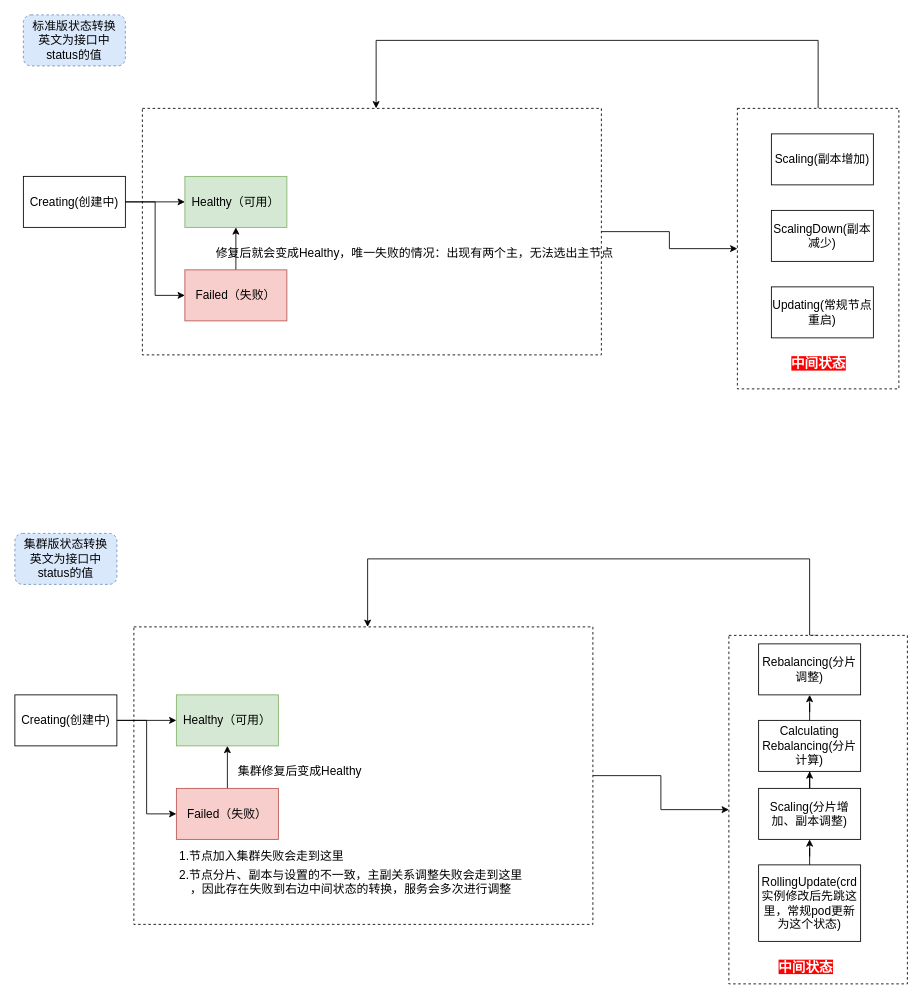
This is redis.drawio from leonatone/codes, a draw.io file, before an edit. Source tidied: cells renumbered, new cells numbered last; positions are measured from the earlier drawing's top-left corner, leaving out a move shared by most shapes. Both pictures are drawn from the tidied source at 85%, with x=0, y=0 at pixel (14, 14).
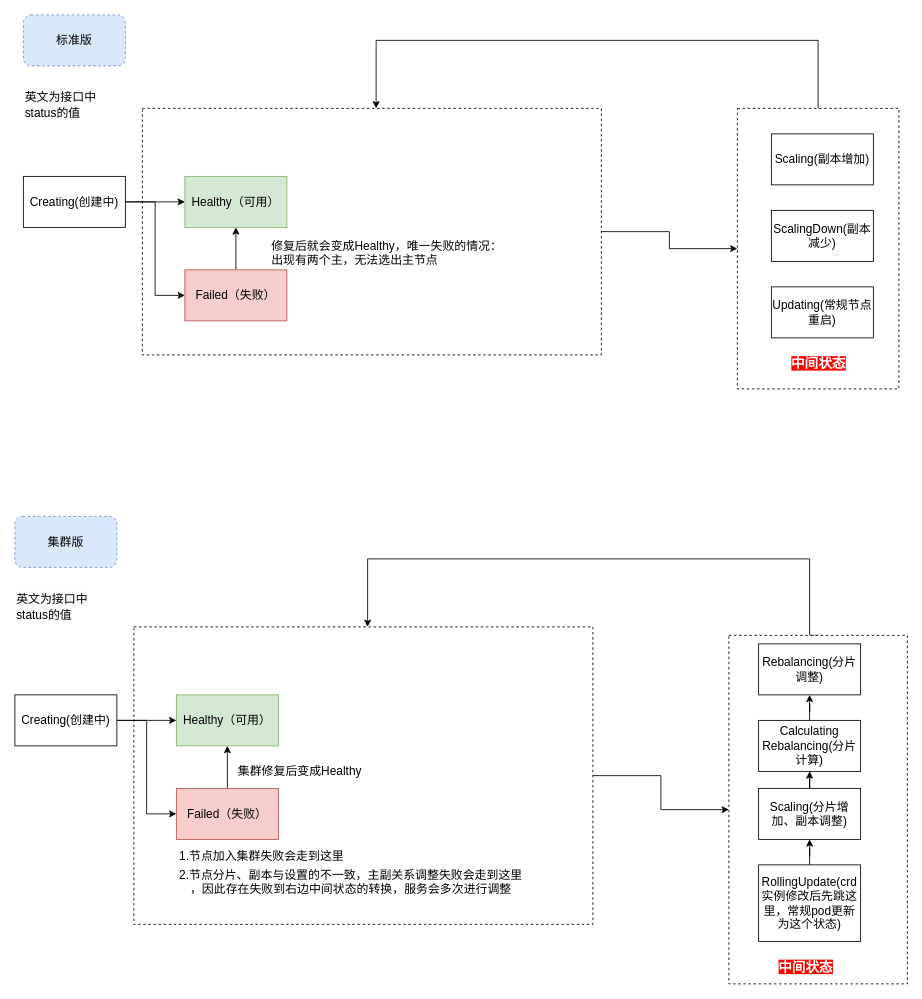
Above is the later version.

Change to the diagram source:
```diff
@@
-    <mxCell id="15" value="修复后就会变成Healthy，唯一失败的情况：出现有两个主，无法选出主节点" style="text;html=1;align=center;verticalAlign=middle;fillColor=none;strokeColor=none;rounded=0;fontSize=14;" parent="1" vertex="1">
-      <mxGeometry x="230" y="270" width="480" height="20" as="geometry" />
+    <mxCell id="15" value="修复后就会变成Healthy，唯一失败的情况：&lt;br&gt;出现有两个主，无法选出主节点" style="text;html=1;align=left;verticalAlign=middle;fillColor=none;strokeColor=none;rounded=0;fontSize=14;" parent="1" vertex="1">
+      <mxGeometry x="300" y="260" width="290" height="40" as="geometry" />
     </mxCell>
-    <mxCell id="16" value="标准版状态转换&lt;br style=&quot;font-size: 14px;&quot;&gt;英文为接口中status的值" style="rounded=1;whiteSpace=wrap;html=1;dashed=1;fillColor=#dae8fc;strokeColor=#6c8ebf;fontSize=14;" parent="1" vertex="1">
+    <mxCell id="16" value="标准版" style="rounded=1;whiteSpace=wrap;html=1;dashed=1;fillColor=#dae8fc;strokeColor=#6c8ebf;fontSize=14;" parent="1" vertex="1">
       <mxGeometry x="10" width="120" height="60" as="geometry" />
     </mxCell>
@@
-    <mxCell id="33" value="集群版状态转换&lt;br style=&quot;font-size: 14px;&quot;&gt;英文为接口中status的值" style="rounded=1;whiteSpace=wrap;html=1;dashed=1;fillColor=#dae8fc;strokeColor=#6c8ebf;fontSize=14;" parent="1" vertex="1">
-      <mxGeometry y="610" width="120" height="60" as="geometry" />
-    </mxCell>
@@
+    <mxCell id="40" value="&lt;span style=&quot;color: rgb(0 , 0 , 0) ; font-family: &amp;#34;helvetica&amp;#34; ; font-size: 14px ; font-style: normal ; font-weight: 400 ; letter-spacing: normal ; text-align: center ; text-indent: 0px ; text-transform: none ; word-spacing: 0px ; background-color: rgb(248 , 249 , 250) ; display: inline ; float: none&quot;&gt;英文为接口中status的值&lt;/span&gt;" style="text;whiteSpace=wrap;html=1;fontSize=16;fontColor=#FFFFFF;" parent="1" vertex="1">
+      <mxGeometry x="10" y="80" width="120" height="70" as="geometry" />
+    </mxCell>
+    <mxCell id="41" value="集群版" style="rounded=1;whiteSpace=wrap;html=1;dashed=1;fillColor=#dae8fc;strokeColor=#6c8ebf;fontSize=14;" parent="1" vertex="1">
+      <mxGeometry y="590" width="120" height="60" as="geometry" />
+    </mxCell>
+    <mxCell id="42" value="&lt;span style=&quot;color: rgb(0 , 0 , 0) ; font-family: &amp;#34;helvetica&amp;#34; ; font-size: 14px ; font-style: normal ; font-weight: 400 ; letter-spacing: normal ; text-align: center ; text-indent: 0px ; text-transform: none ; word-spacing: 0px ; background-color: rgb(248 , 249 , 250) ; display: inline ; float: none&quot;&gt;英文为接口中status的值&lt;/span&gt;" style="text;whiteSpace=wrap;html=1;fontSize=16;fontColor=#FFFFFF;" parent="1" vertex="1">
+      <mxGeometry y="670" width="120" height="70" as="geometry" />
+    </mxCell>
```
